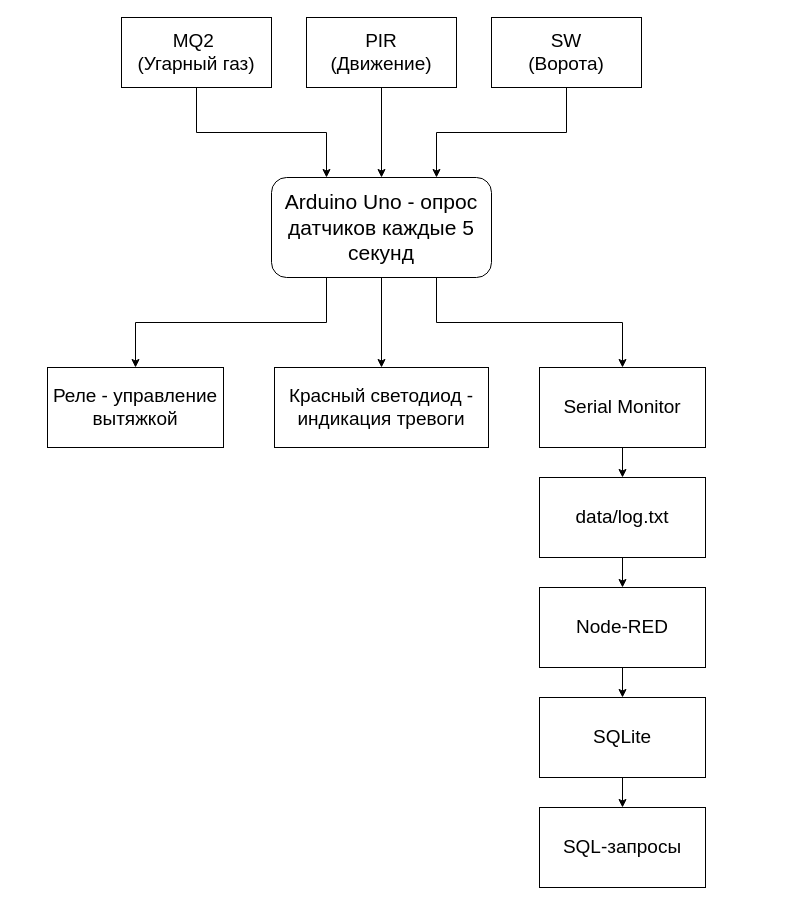
Crypton359/Moiseev_Coursework keeps this draw.io diagram as docs/structure.drawio. Above is the earlier version. Source tidied: cells renumbered, new cells numbered last; positions are measured from the earlier drawing's top-left corner, leaving out a move shared by most shapes. Both pictures are drawn from the tidied source at 100%, with x=0, y=0 at pixel (47, 17).
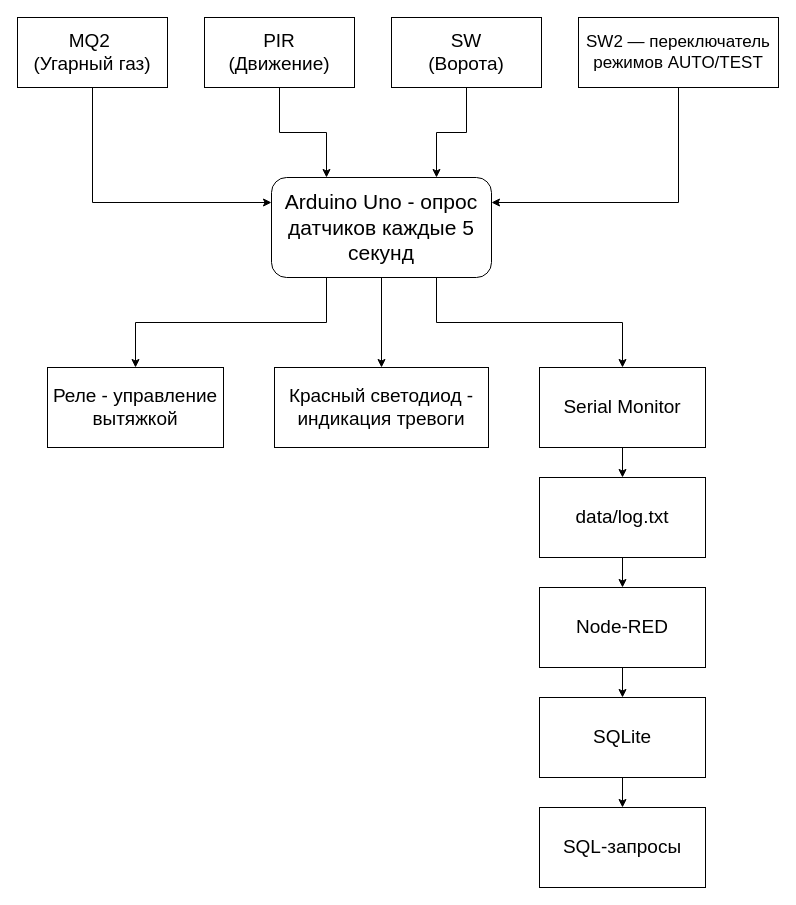
The same diagram, later.

The change refers to these unchanged cells:
```xml
<mxCell id="11" value="&lt;font style=&quot;font-size: 21px;&quot;&gt;Arduino Uno - опрос датчиков каждые 5 секунд&lt;/font&gt;" style="rounded=1;whiteSpace=wrap;html=1;roundedPerimeter=1;fontSize=17;" parent="1" vertex="1">
  <mxGeometry x="224" y="160" width="220" height="100" as="geometry" />
</mxCell>
```

Change to the diagram source:
```diff
@@
-    <mxCell id="2" style="edgeStyle=orthogonalEdgeStyle;rounded=0;jettySize=auto;html=1;exitX=0.5;exitY=1;exitDx=0;exitDy=0;entryX=0.25;entryY=0;entryDx=0;entryDy=0;defaultLabelBackgroundColor=gap;" parent="1" edge="1" source="3" target="11">
+    <mxCell id="2" style="edgeStyle=orthogonalEdgeStyle;rounded=0;jettySize=auto;html=1;exitX=0.5;exitY=1;exitDx=0;exitDy=0;entryX=0;entryY=0.25;entryDx=0;entryDy=0;defaultLabelBackgroundColor=page;" parent="1" edge="1" source="3" target="11">
       <mxGeometry relative="1" as="geometry" />
     </mxCell>
     <mxCell id="3" value="&lt;div style=&quot;&quot;&gt;&lt;span style=&quot;font-size: 19px; background-color: transparent; color: light-dark(#000000, var(--ge-light-color, #ffffff));&quot;&gt;MQ2&amp;nbsp;&lt;/span&gt;&lt;/div&gt;&lt;div style=&quot;&quot;&gt;&lt;font style=&quot;font-size: 19px;&quot;&gt;(Угарный газ)&lt;/font&gt;&lt;/div&gt;" style="rounded=0;whiteSpace=wrap;html=1;align=center;fontSize=17;" parent="1" vertex="1">
-      <mxGeometry x="74" width="150" height="70" as="geometry" />
+      <mxGeometry x="-30" width="150" height="70" as="geometry" />
     </mxCell>
-    <mxCell id="4" style="edgeStyle=orthogonalEdgeStyle;rounded=0;jettySize=auto;html=1;exitX=0.5;exitY=1;exitDx=0;exitDy=0;entryX=0.5;entryY=0;entryDx=0;entryDy=0;defaultLabelBackgroundColor=gap;" parent="1" edge="1" source="5" target="11">
+    <mxCell id="4" style="edgeStyle=orthogonalEdgeStyle;rounded=0;jettySize=auto;html=1;exitX=0.5;exitY=1;exitDx=0;exitDy=0;entryX=0.25;entryY=0;entryDx=0;entryDy=0;defaultLabelBackgroundColor=page;" parent="1" edge="1" source="5" target="11">
       <mxGeometry relative="1" as="geometry" />
     </mxCell>
     <mxCell id="5" value="&lt;font style=&quot;font-size: 19px;&quot;&gt;PIR&lt;/font&gt;&lt;div&gt;&lt;font style=&quot;font-size: 19px;&quot;&gt;(Движение)&lt;/font&gt;&lt;/div&gt;" style="rounded=0;whiteSpace=wrap;html=1;fontSize=17;" parent="1" vertex="1">
-      <mxGeometry x="259" width="150" height="70" as="geometry" />
+      <mxGeometry x="157" width="150" height="70" as="geometry" />
     </mxCell>
-    <mxCell id="6" style="edgeStyle=orthogonalEdgeStyle;rounded=0;jettySize=auto;html=1;exitX=0.5;exitY=1;exitDx=0;exitDy=0;entryX=0.75;entryY=0;entryDx=0;entryDy=0;defaultLabelBackgroundColor=gap;" parent="1" edge="1" source="7" target="11">
+    <mxCell id="6" style="edgeStyle=orthogonalEdgeStyle;rounded=0;jettySize=auto;html=1;exitX=0.5;exitY=1;exitDx=0;exitDy=0;entryX=0.75;entryY=0;entryDx=0;entryDy=0;defaultLabelBackgroundColor=page;" parent="1" edge="1" source="7" target="11">
       <mxGeometry relative="1" as="geometry" />
     </mxCell>
     <mxCell id="7" value="&lt;font style=&quot;font-size: 19px;&quot;&gt;SW&lt;/font&gt;&lt;div&gt;&lt;font style=&quot;font-size: 19px;&quot;&gt;(Ворота)&lt;/font&gt;&lt;/div&gt;" style="rounded=0;whiteSpace=wrap;html=1;fontSize=17;" parent="1" vertex="1">
-      <mxGeometry x="444" width="150" height="70" as="geometry" />
+      <mxGeometry x="344" width="150" height="70" as="geometry" />
     </mxCell>
@@
+    <mxCell id="23" style="edgeStyle=orthogonalEdgeStyle;rounded=0;jettySize=auto;html=1;exitX=0.5;exitY=1;exitDx=0;exitDy=0;entryX=1;entryY=0.25;entryDx=0;entryDy=0;defaultLabelBackgroundColor=page;" parent="1" edge="1" source="24" target="11">
+      <mxGeometry relative="1" as="geometry" />
+    </mxCell>
+    <mxCell id="24" value="SW2 — переключатель режимов AUTO/TEST" style="rounded=0;whiteSpace=wrap;html=1;fontSize=17;" parent="1" vertex="1">
+      <mxGeometry x="531" width="200" height="70" as="geometry" />
+    </mxCell>
```
